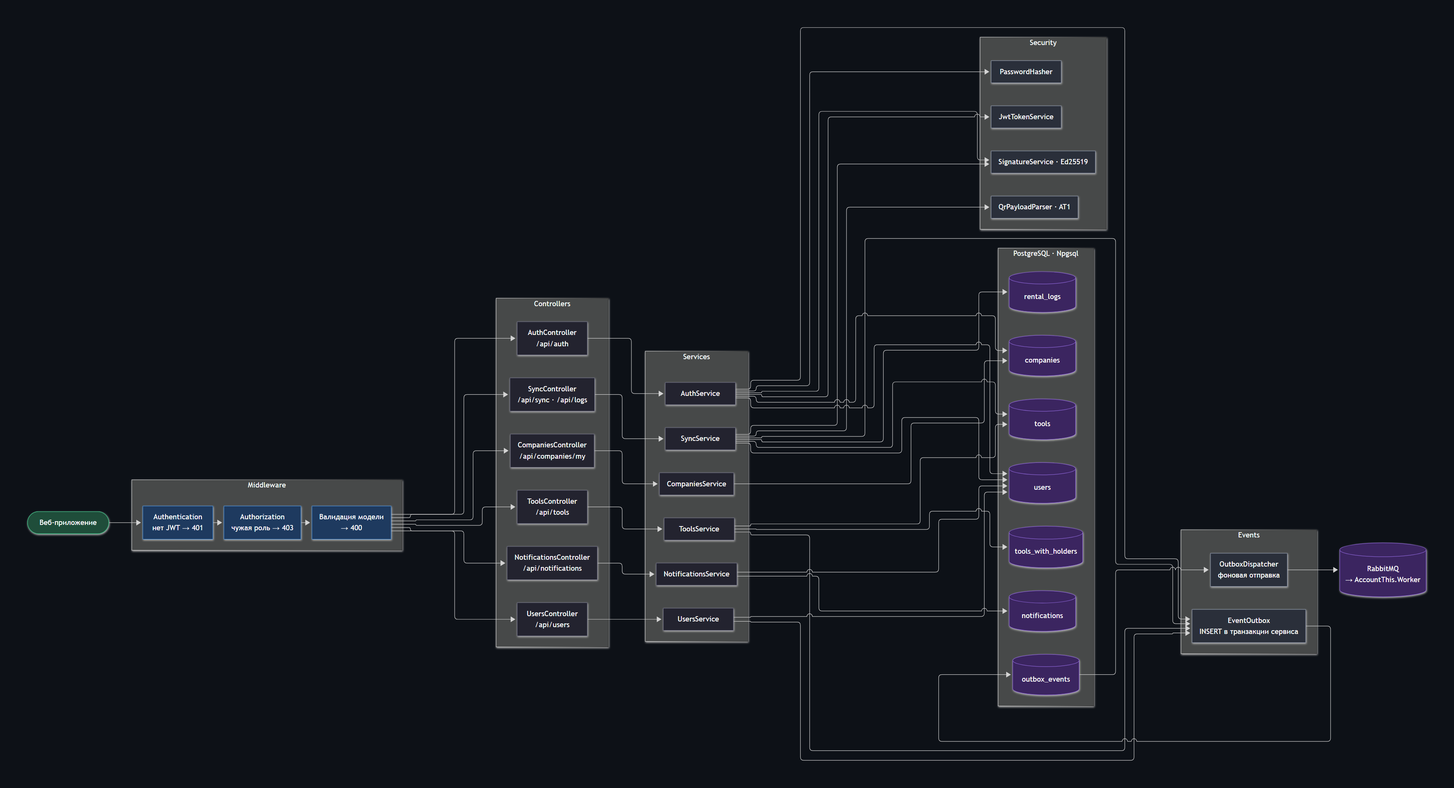
Earlier version of the Mermaid export docs/architecture/images/3-components.png (nelex12/account-this). Its source is kept beside it as docs/architecture/3-components.mmd.
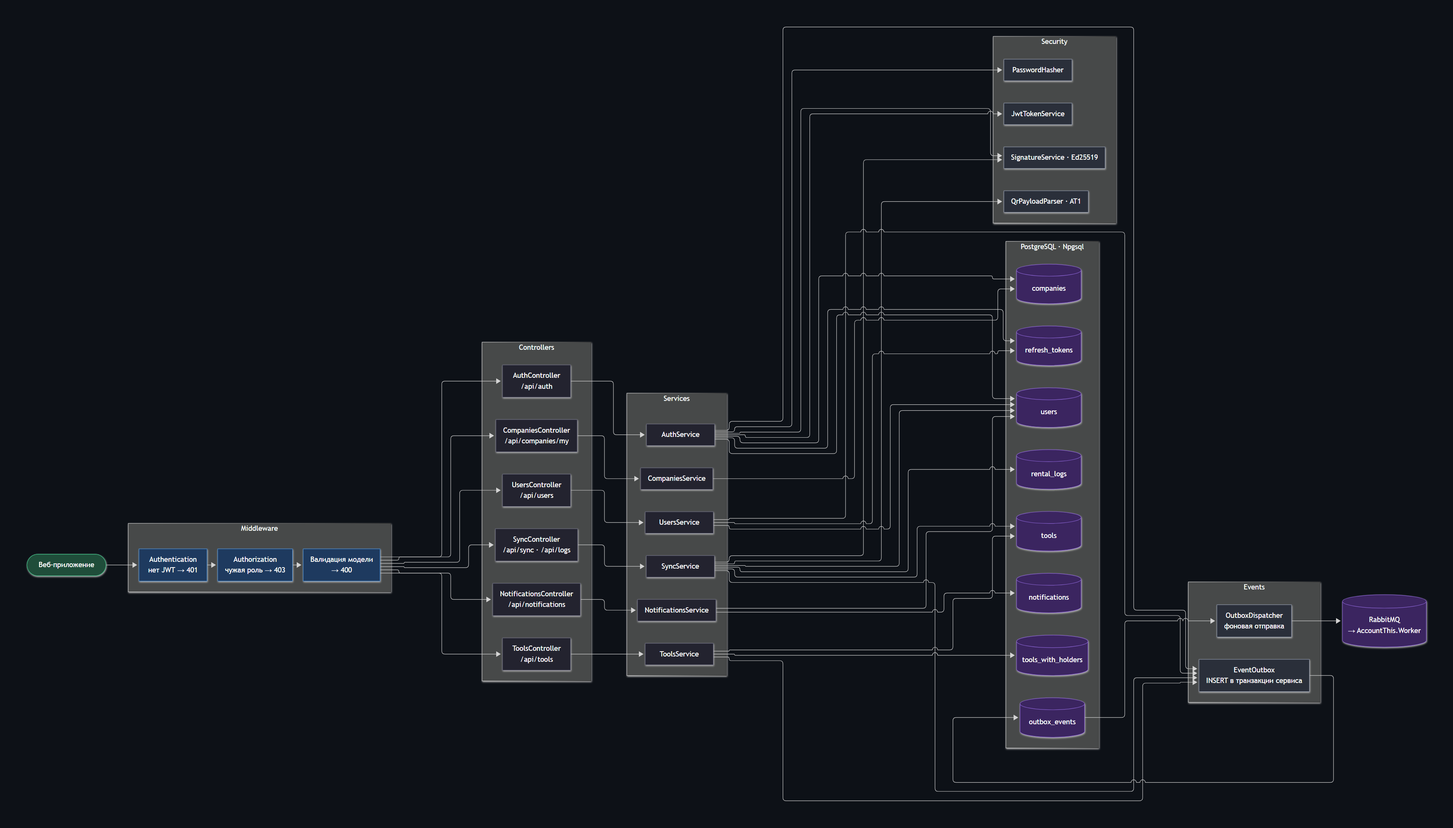
The same file after the commit.

Diff of the diagram source:
```diff
@@ -51,6 +51,7 @@
     subgraph DB["PostgreSQL · Npgsql"]
         companies[("companies")]
         users[("users")]
+        rtokens[("refresh_tokens")]
         tools[("tools")]
         logs[("rental_logs")]
         holders[("tools_with_holders")]
@@ -71,9 +72,9 @@
     AuthS --> Hasher & Jwt & Sig
     SyncS --> Qr & Sig
 
-    AuthS --> users & companies
+    AuthS --> users & companies & rtokens
     CompaniesS --> companies
-    UsersS --> users
+    UsersS --> users & rtokens
     ToolsS --> tools & holders
     SyncS --> logs & tools & users
     NotificationsS --> notifications & users
@@ -92,4 +93,4 @@
     class AuthN,AuthZ,Valid mw
     class AuthC,CompaniesC,UsersC,ToolsC,SyncC,NotificationsC,AuthS,CompaniesS,UsersS,ToolsS,SyncS,NotificationsS code
     class Hasher,Jwt,Sig,Qr,Outbox,Dispatcher helper
-    class companies,users,tools,logs,holders,outbox,notifications,Rabbit db
+    class companies,users,rtokens,tools,logs,holders,outbox,notifications,Rabbit db
```
